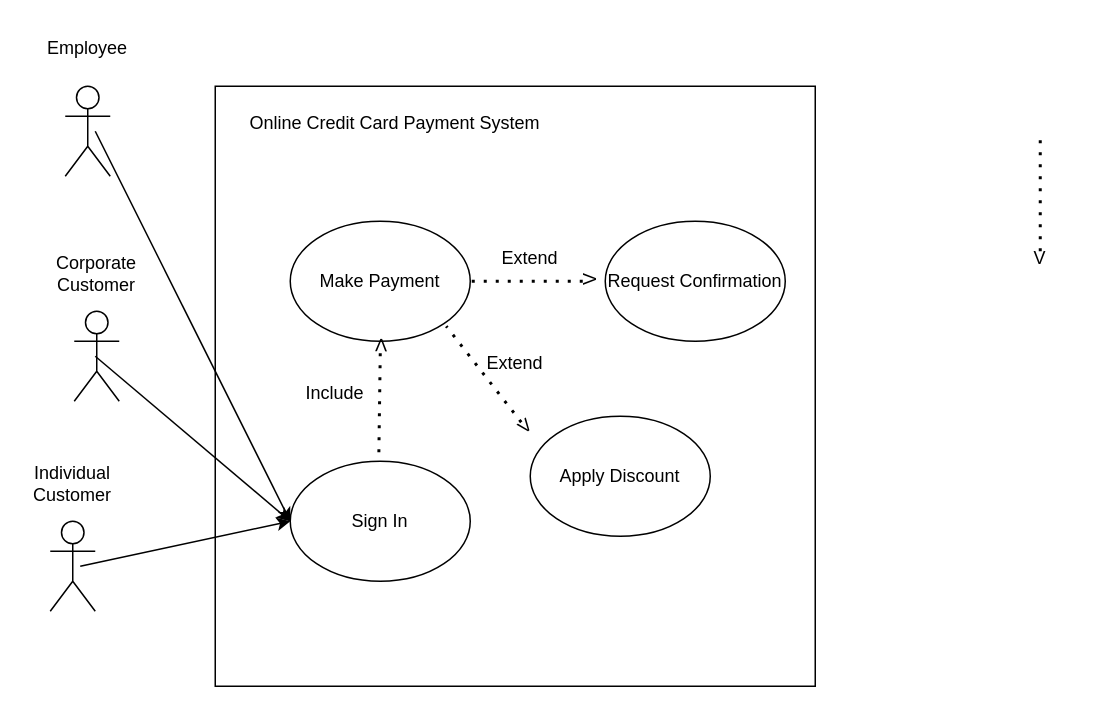
Before: INF1001_Lab2.drawio in valr337/odinproject, a draw.io diagram. Source tidied: cells renumbered, new cells numbered last; positions are measured from the earlier drawing's top-left corner, leaving out a move shared by most shapes. Both pictures are drawn from the tidied source at 150%, with x=0, y=0 at pixel (26, 26).
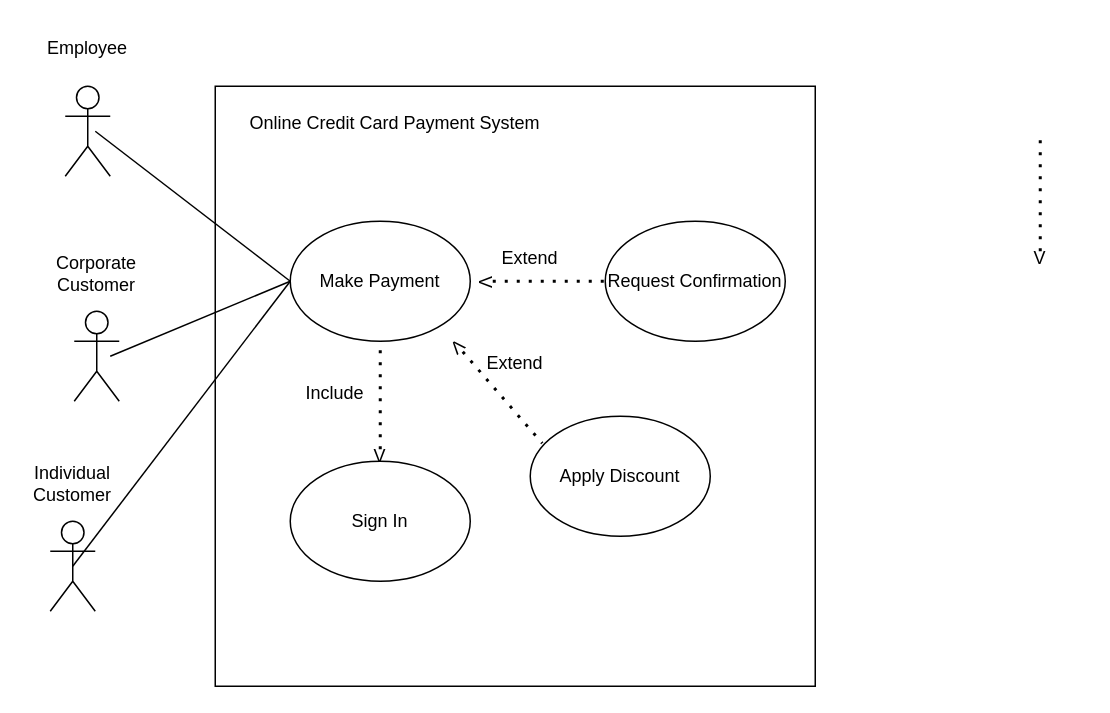
The same diagram, later.

Unchanged cells that the change refers to:
```xml
<mxCell id="2" style="group;" parent="1" vertex="1">
  <mxGeometry x="126" y="40" width="400" height="400" as="geometry" />
</mxCell>
<mxCell id="5" value="&lt;div&gt;Sign In&lt;/div&gt;" style="ellipse;whiteSpace=wrap;html=1;" parent="2" vertex="1">
  <mxGeometry x="50" y="250" width="120" height="80" as="geometry" />
</mxCell>
<mxCell id="7" value="Make Payment" style="ellipse;whiteSpace=wrap;html=1;" parent="2" vertex="1">
  <mxGeometry x="50" y="90" width="120" height="80" as="geometry" />
</mxCell>
<mxCell id="21" style="group;" parent="1" vertex="1">
  <mxGeometry x="16" y="150" width="61" height="100" as="geometry" />
</mxCell>
<mxCell id="26" style="group;" parent="25" vertex="1">
  <mxGeometry y="15" width="60" height="85" as="geometry" />
</mxCell>
<mxCell id="27" value="Actor" style="shape=umlActor;verticalLabelPosition=bottom;verticalAlign=top;html=1;outlineConnect=0;noLabel=1;labelPadding=0;" parent="26" vertex="1">
  <mxGeometry x="16" y="25" width="30" height="60" as="geometry" />
</mxCell>
<mxCell id="30" style="group;" parent="1" vertex="1">
  <mxGeometry x="10" width="61" height="100" as="geometry" />
</mxCell>
```

Diff of the diagram source:
```diff
@@
-    <mxCell id="9" style="group;rotation=-179;" parent="2" vertex="1">
-      <mxGeometry x="80" y="160" width="60" height="90" as="geometry" />
+    <mxCell id="9" style="group;rotation=0;" parent="2" vertex="1">
+      <mxGeometry x="80" y="170" width="60" height="90" as="geometry" />
     </mxCell>
     <mxCell id="10" style="endArrow=none;dashed=1;html=1;dashPattern=1 3;strokeWidth=2;rounded=0;" parent="9" edge="1">
       <mxGeometry relative="1" as="geometry">
-        <mxPoint x="30" y="18" as="sourcePoint" />
-        <mxPoint x="29" y="90" as="targetPoint" />
+        <mxPoint x="30" y="72" as="sourcePoint" />
+        <mxPoint x="30" as="targetPoint" />
       </mxGeometry>
     </mxCell>
-    <mxCell id="11" value="V" style="text;html=1;align=center;verticalAlign=middle;whiteSpace=wrap;rounded=0;rotation=-179;" parent="9" vertex="1">
-      <mxGeometry x="1" width="60" height="27" as="geometry" />
+    <mxCell id="11" value="V" style="text;html=1;align=center;verticalAlign=middle;whiteSpace=wrap;rounded=0;rotation=0;" parent="9" vertex="1">
+      <mxGeometry y="63" width="60" height="27" as="geometry" />
     </mxCell>
-    <mxCell id="12" style="group;rotation=-38;" parent="2" vertex="1">
+    <mxCell id="12" style="group;rotation=139;" parent="2" vertex="1">
       <mxGeometry x="155" y="150" width="60" height="100" as="geometry" />
     </mxCell>
     <mxCell id="13" style="endArrow=none;dashed=1;html=1;dashPattern=1 3;strokeWidth=2;rounded=0;" parent="12" edge="1">
       <mxGeometry relative="1" as="geometry">
-        <mxPoint x="49" y="74" as="sourcePoint" />
-        <mxPoint x="-1" y="10" as="targetPoint" />
+        <mxPoint x="10" y="27" as="sourcePoint" />
+        <mxPoint x="63" y="88" as="targetPoint" />
       </mxGeometry>
     </mxCell>
-    <mxCell id="14" value="V" style="text;html=1;align=center;verticalAlign=middle;whiteSpace=wrap;rounded=0;rotation=-38;" parent="12" vertex="1">
-      <mxGeometry x="22" y="62" width="60" height="30" as="geometry" />
+    <mxCell id="14" value="V" style="text;html=1;align=center;verticalAlign=middle;whiteSpace=wrap;rounded=0;rotation=139;" parent="12" vertex="1">
+      <mxGeometry x="-23" y="9" width="60" height="30" as="geometry" />
     </mxCell>
-    <mxCell id="15" style="group;rotation=-90;" parent="2" vertex="1">
+    <mxCell id="15" style="group;rotation=90;" parent="2" vertex="1">
       <mxGeometry x="185" y="80" width="60" height="100" as="geometry" />
     </mxCell>
     <mxCell id="16" style="endArrow=none;dashed=1;html=1;dashPattern=1 3;strokeWidth=2;rounded=0;" parent="15" edge="1">
       <mxGeometry relative="1" as="geometry">
-        <mxPoint x="60" y="50" as="sourcePoint" />
-        <mxPoint x="-20" y="50" as="targetPoint" />
+        <mxPoint y="50" as="sourcePoint" />
+        <mxPoint x="80" y="50" as="targetPoint" />
       </mxGeometry>
     </mxCell>
-    <mxCell id="17" value="V" style="text;html=1;align=center;verticalAlign=middle;whiteSpace=wrap;rounded=0;rotation=-90;" parent="15" vertex="1">
-      <mxGeometry x="35" y="34" width="60" height="30" as="geometry" />
+    <mxCell id="17" value="V" style="text;html=1;align=center;verticalAlign=middle;whiteSpace=wrap;rounded=0;rotation=90;" parent="15" vertex="1">
+      <mxGeometry x="-35" y="36" width="60" height="30" as="geometry" />
     </mxCell>
@@
+    <mxCell id="39" style="endArrow=none;html=1;rounded=0;entryX=0;entryY=0.5;entryDx=0;entryDy=0;" parent="21" edge="1" target="7">
+      <mxGeometry relative="1" as="geometry">
+        <mxPoint x="40" y="70" as="sourcePoint" />
+      </mxGeometry>
+    </mxCell>
@@
-    <mxCell id="28" style="endArrow=classic;html=1;rounded=0;entryX=0;entryY=0.5;entryDx=0;entryDy=0;" parent="26" edge="1" target="5">
-      <mxGeometry relative="1" as="geometry">
-        <mxPoint x="36" y="55" as="sourcePoint" />
-      </mxGeometry>
-    </mxCell>
@@
-    <mxCell id="34" style="endArrow=classic;html=1;rounded=0;entryX=0;entryY=0.5;entryDx=0;entryDy=0;" parent="1" edge="1" target="5">
-      <mxGeometry relative="1" as="geometry">
-        <mxPoint x="46" y="70" as="sourcePoint" />
-      </mxGeometry>
-    </mxCell>
+    <mxCell id="40" style="endArrow=none;html=1;rounded=0;entryX=0;entryY=0.5;entryDx=0;entryDy=0;" parent="30" edge="1" target="7">
+      <mxGeometry relative="1" as="geometry">
+        <mxPoint x="36" y="70" as="sourcePoint" />
+      </mxGeometry>
+    </mxCell>
@@
-    <mxCell id="38" style="endArrow=classic;html=1;rounded=0;entryX=0;entryY=0.5;entryDx=0;entryDy=0;" parent="1" edge="1" target="5">
-      <mxGeometry relative="1" as="geometry">
-        <mxPoint x="46" y="220" as="sourcePoint" />
-      </mxGeometry>
-    </mxCell>
+    <mxCell id="41" style="endArrow=none;html=1;rounded=0;entryX=0;entryY=0.5;entryDx=0;entryDy=0;exitX=0.5;exitY=0.5;exitDx=0;exitDy=0;exitPerimeter=0;" parent="1" edge="1" source="27" target="7">
+      <mxGeometry relative="1" as="geometry" />
+    </mxCell>
```
